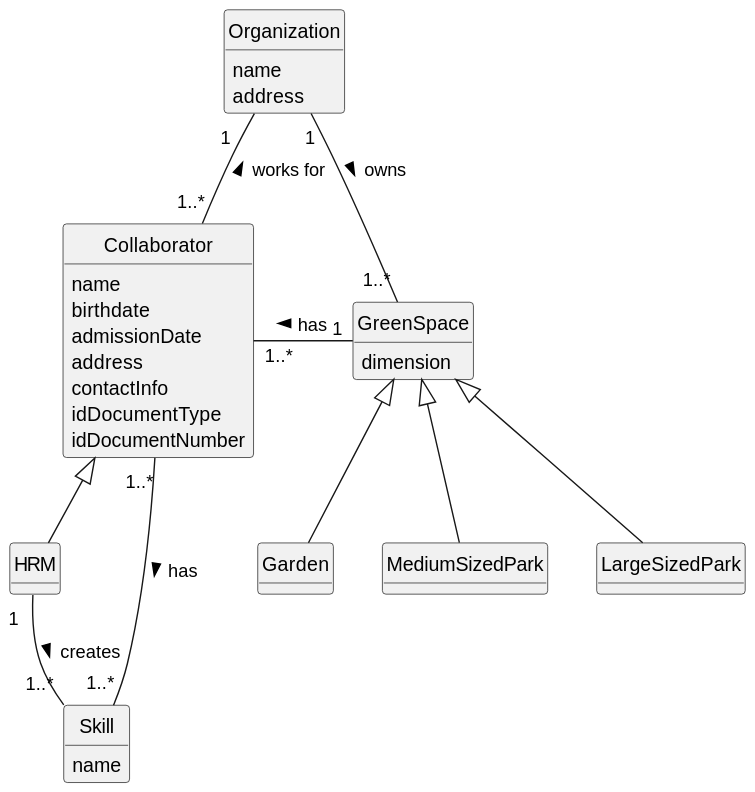
The PlantUML diagram docs/sprintA/us001/02.analysis/svg/us001-domain-model.svg in diogoveirospro/lei-24-s2-1dg-g072, before a commit.
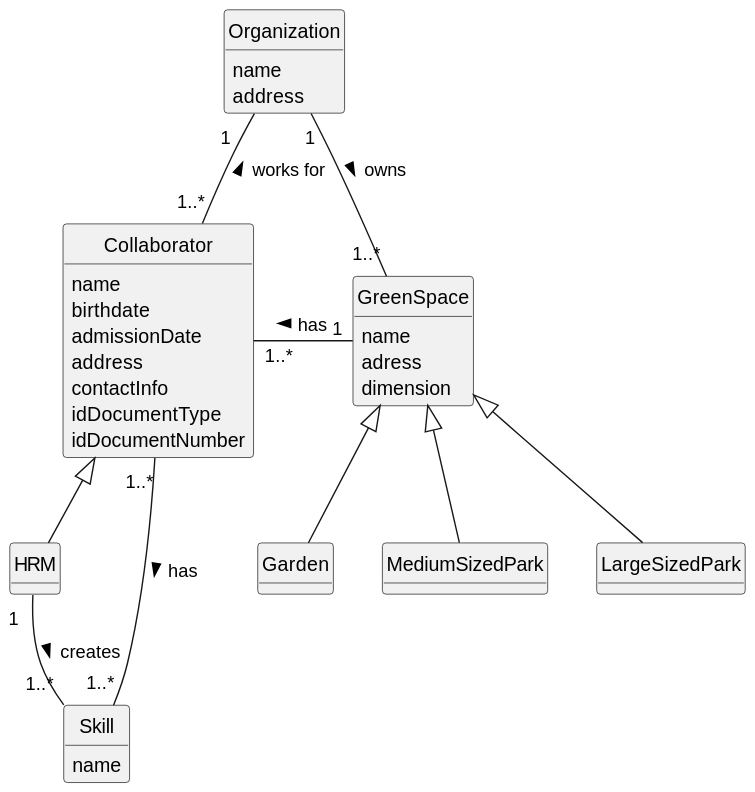
The same file after the commit.

The edit, as a diff of the source:
```diff
@@ -27,6 +27,8 @@
     name
 }
 class GreenSpace {
+    name
+    adress
     dimension
 }
 
```
